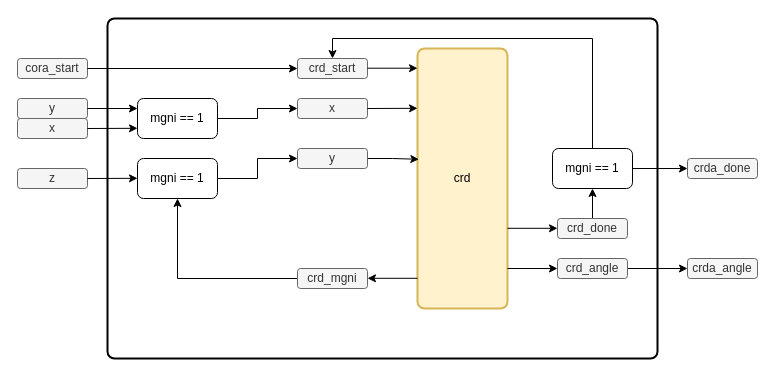
Above: 设计资料/angle_acc模块设计.drawio in MochChen/Quadcopte (draw.io), before the change. Source tidied: cells renumbered, new cells numbered last; positions are measured from the earlier drawing's top-left corner, leaving out a move shared by most shapes. Both pictures are drawn from the tidied source at 100%, with x=0, y=0 at pixel (17, 18).
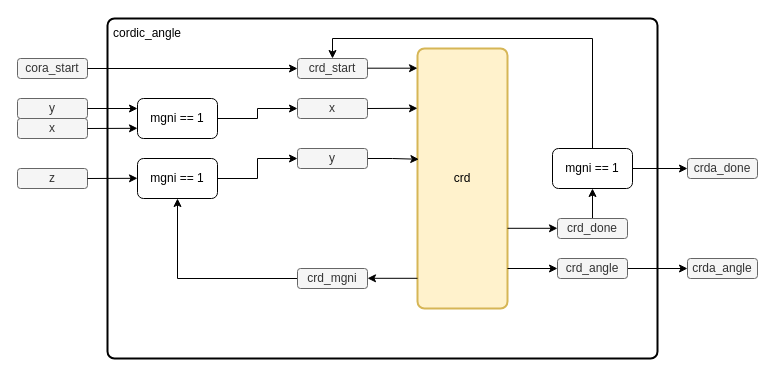
The same diagram, later.

Diff of the diagram source:
```diff
@@
+    <mxCell id="36" value="cordic_angle" style="text;html=1;align=center;verticalAlign=middle;whiteSpace=wrap;rounded=0;" parent="1" vertex="1">
+      <mxGeometry x="100" width="60" height="30" as="geometry" />
+    </mxCell>
```
